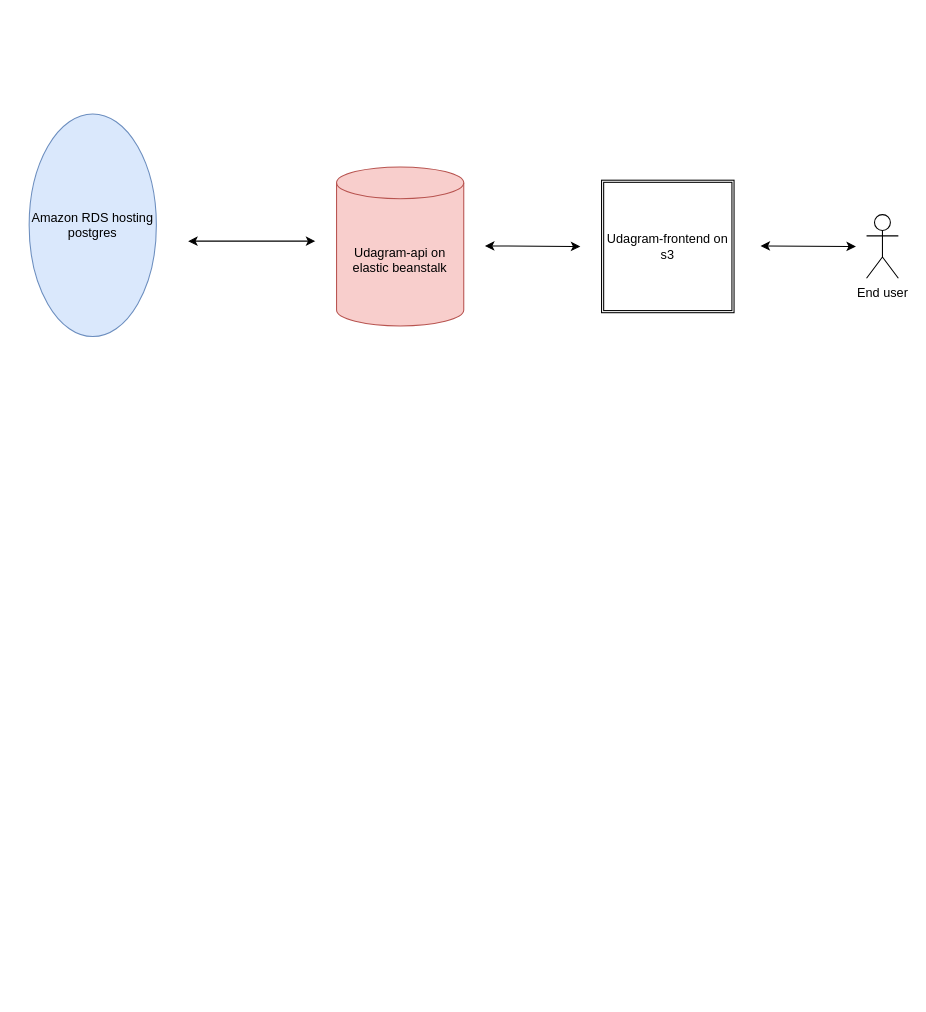
Before: Untitled Diagram.drawio in ysakkaan20/finalproject, a draw.io diagram. Source tidied: cells renumbered, new cells numbered last; positions are measured from the earlier drawing's top-left corner, leaving out a move shared by most shapes. Both pictures are drawn from the tidied source at 106%, with x=0, y=0 at pixel (29, 113).
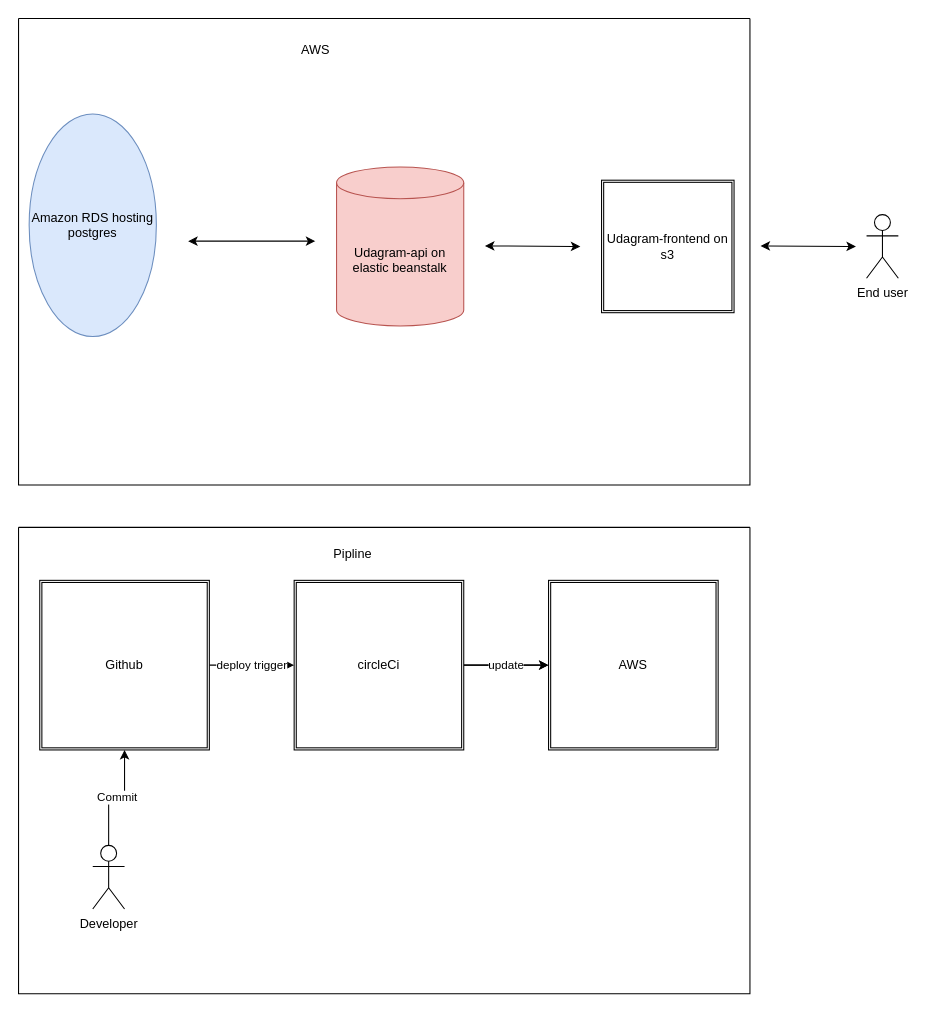
After the change.

The edit, as a diff of the source:
```diff
@@
+    <mxCell id="9" style="swimlane;startSize=0;" parent="1" vertex="1">
+      <mxGeometry x="-10" y="390" width="690" height="440" as="geometry" />
+    </mxCell>
+    <mxCell id="10" value="Pipline" style="text;html=1;align=center;verticalAlign=middle;strokeColor=none;fillColor=none;" parent="9" vertex="1">
+      <mxGeometry x="285" y="10" width="60" height="30" as="geometry" />
+    </mxCell>
+    <mxCell id="11" value="AWS" style="text;html=1;align=center;verticalAlign=middle;strokeColor=none;fillColor=none;" parent="1" vertex="1">
+      <mxGeometry x="245" y="-75" width="50" height="30" as="geometry" />
+    </mxCell>
+    <mxCell id="12" value="deploy trigger" style="edgeStyle=orthogonalEdgeStyle;rounded=0;jettySize=auto;html=1;" parent="1" edge="1" source="13" target="18">
+      <mxGeometry relative="1" as="geometry">
+        <Array as="points">
+          <mxPoint x="210" y="520" />
+          <mxPoint x="210" y="520" />
+        </Array>
+      </mxGeometry>
+    </mxCell>
+    <mxCell id="13" value="Github" style="shape=ext;double=1;whiteSpace=wrap;html=1;" parent="1" vertex="1">
+      <mxGeometry x="10" y="440" width="160" height="160" as="geometry" />
+    </mxCell>
+    <mxCell id="14" value="Commit" style="edgeStyle=orthogonalEdgeStyle;rounded=0;jettySize=auto;html=1;" parent="1" edge="1" source="15" target="13">
+      <mxGeometry relative="1" as="geometry" />
+    </mxCell>
+    <mxCell id="15" value="Developer" style="shape=umlActor;verticalLabelPosition=bottom;verticalAlign=top;html=1;outlineConnect=0;" parent="1" vertex="1">
+      <mxGeometry x="60" y="690" width="30" height="60" as="geometry" />
+    </mxCell>
+    <mxCell id="16" style="edgeStyle=orthogonalEdgeStyle;rounded=0;jettySize=auto;html=1;" parent="1" edge="1" source="18" target="19">
+      <mxGeometry relative="1" as="geometry" />
+    </mxCell>
+    <mxCell id="17" value="update" style="edgeStyle=orthogonalEdgeStyle;rounded=0;jettySize=auto;html=1;" parent="1" edge="1" source="18" target="19">
+      <mxGeometry relative="1" as="geometry" />
+    </mxCell>
+    <mxCell id="18" value="circleCi" style="shape=ext;double=1;whiteSpace=wrap;html=1;" parent="1" vertex="1">
+      <mxGeometry x="250" y="440" width="160" height="160" as="geometry" />
+    </mxCell>
+    <mxCell id="19" value="AWS" style="shape=ext;double=1;whiteSpace=wrap;html=1;" parent="1" vertex="1">
+      <mxGeometry x="490" y="440" width="160" height="160" as="geometry" />
+    </mxCell>
+    <mxCell id="20" style="swimlane;startSize=0;" parent="1" vertex="1">
+      <mxGeometry x="-10" y="-90" width="690" height="440" as="geometry" />
+    </mxCell>
```
